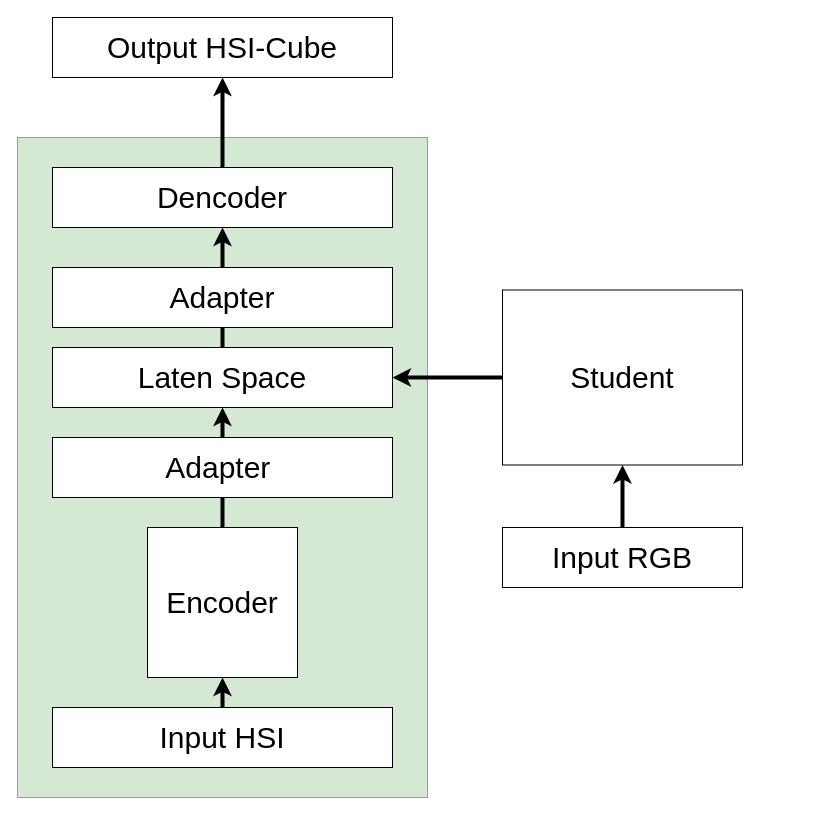
The draw.io diagram LAB_TSM_v2_1.drawio in Kevb-source/diagramms.net, before the edit. Source tidied: cells renumbered, new cells numbered last; positions are measured from the earlier drawing's top-left corner, leaving out a move shared by most shapes. Both pictures are drawn from the tidied source at 100%, with x=0, y=0 at pixel (17, 17).
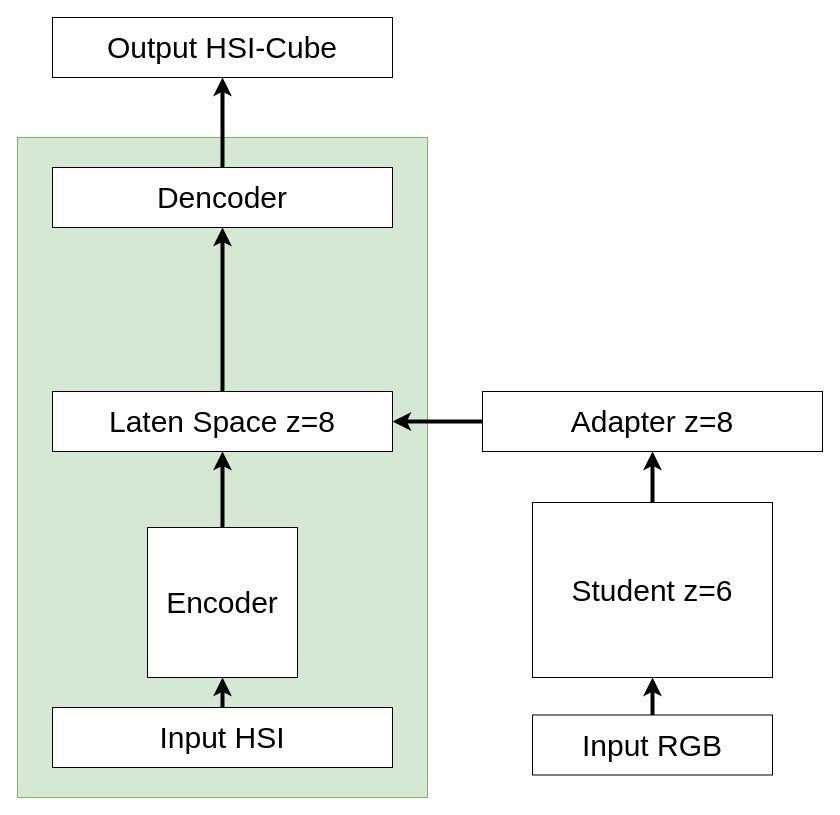
Above is the later version.

Diff of the diagram source:
```diff
@@
 <mxGraphModel>
   <root>
     <mxCell id="0" />
     <mxCell id="1" parent="0" />
     <mxCell id="2" style="rounded=0;whiteSpace=wrap;html=1;fillColor=#d5e8d4;strokeColor=#82b366;" parent="1" vertex="1">
       <mxGeometry y="120" width="410" height="660" as="geometry" />
     </mxCell>
     <mxCell id="3" value="&lt;font style=&quot;font-size: 30px;&quot;&gt;Output HSI-Cube&lt;/font&gt;" style="rounded=0;whiteSpace=wrap;html=1;" parent="1" vertex="1">
       <mxGeometry x="35" width="340" height="60" as="geometry" />
     </mxCell>
-    <mxCell id="4" value="&lt;font style=&quot;font-size: 30px;&quot;&gt;Laten Space&lt;/font&gt;" style="rounded=0;whiteSpace=wrap;html=1;" parent="1" vertex="1">
-      <mxGeometry x="35" y="330" width="340" height="60" as="geometry" />
+    <mxCell id="4" value="&lt;font style=&quot;font-size: 30px;&quot;&gt;Laten Space&amp;nbsp;&lt;/font&gt;&lt;font style=&quot;font-size: 30px;&quot;&gt;z=8&lt;/font&gt;" style="rounded=0;whiteSpace=wrap;html=1;" parent="1" vertex="1">
+      <mxGeometry x="35" y="374" width="340" height="60" as="geometry" />
     </mxCell>
     <mxCell id="5" value="&lt;font style=&quot;font-size: 30px;&quot;&gt;Dencoder&lt;/font&gt;" style="rounded=0;whiteSpace=wrap;html=1;" parent="1" vertex="1">
       <mxGeometry x="35" y="150" width="340" height="60" as="geometry" />
     </mxCell>
     <mxCell id="6" value="&lt;font style=&quot;font-size: 30px;&quot;&gt;Input HSI&lt;/font&gt;" style="rounded=0;whiteSpace=wrap;html=1;" parent="1" vertex="1">
       <mxGeometry x="35" y="690" width="340" height="60" as="geometry" />
     </mxCell>
-    <mxCell id="7" style="edgeStyle=orthogonalEdgeStyle;rounded=0;jettySize=auto;html=1;strokeWidth=4;" parent="1" edge="1" source="8" target="4">
-      <mxGeometry relative="1" as="geometry" />
-    </mxCell>
+    <mxCell id="18" style="edgeStyle=orthogonalEdgeStyle;rounded=0;jettySize=auto;html=1;strokeWidth=4;" parent="1" edge="1" source="8" target="16">
+      <mxGeometry relative="1" as="geometry" />
+    </mxCell>
-    <mxCell id="8" value="&lt;font style=&quot;font-size: 30px;&quot;&gt;Student&lt;/font&gt;" style="rounded=0;whiteSpace=wrap;html=1;" parent="1" vertex="1">
-      <mxGeometry x="485" y="272.5" width="240" height="175" as="geometry" />
+    <mxCell id="8" value="&lt;font style=&quot;font-size: 30px;&quot;&gt;Student z=6&lt;/font&gt;" style="rounded=0;whiteSpace=wrap;html=1;" parent="1" vertex="1">
+      <mxGeometry x="515" y="485" width="240" height="175" as="geometry" />
     </mxCell>
     <mxCell id="9" value="&lt;font style=&quot;font-size: 30px;&quot;&gt;Input RGB&lt;/font&gt;" style="rounded=0;whiteSpace=wrap;html=1;" parent="1" vertex="1">
-      <mxGeometry x="485" y="510" width="240" height="60" as="geometry" />
+      <mxGeometry x="515" y="697.5" width="240" height="60" as="geometry" />
     </mxCell>
     <mxCell id="10" style="endArrow=classic;html=1;rounded=0;strokeWidth=4;exitX=0.5;exitY=0;exitDx=0;exitDy=0;entryX=0.5;entryY=1;entryDx=0;entryDy=0;" parent="1" edge="1" source="9" target="8">
       <mxGeometry relative="1" as="geometry" />
     </mxCell>
     <mxCell id="11" value="&lt;font style=&quot;font-size: 30px;&quot;&gt;Encoder&lt;/font&gt;" style="whiteSpace=wrap;html=1;" parent="1" vertex="1">
       <mxGeometry x="130" y="510" width="150" height="150" as="geometry" />
     </mxCell>
     <mxCell id="12" style="endArrow=classic;html=1;rounded=0;strokeWidth=4;exitX=0.5;exitY=0;exitDx=0;exitDy=0;entryX=0.5;entryY=1;entryDx=0;entryDy=0;" parent="1" edge="1" source="6" target="11">
       <mxGeometry relative="1" as="geometry" />
     </mxCell>
     <mxCell id="13" style="endArrow=classic;html=1;rounded=0;strokeWidth=4;exitX=0.5;exitY=0;exitDx=0;exitDy=0;entryX=0.5;entryY=1;entryDx=0;entryDy=0;" parent="1" edge="1" source="11" target="4">
       <mxGeometry relative="1" as="geometry" />
     </mxCell>
     <mxCell id="14" style="endArrow=classic;html=1;rounded=0;strokeWidth=4;exitX=0.5;exitY=0;exitDx=0;exitDy=0;entryX=0.5;entryY=1;entryDx=0;entryDy=0;" parent="1" edge="1" source="4" target="5">
       <mxGeometry relative="1" as="geometry" />
     </mxCell>
     <mxCell id="15" style="endArrow=classic;html=1;rounded=0;strokeWidth=4;exitX=0.5;exitY=0;exitDx=0;exitDy=0;entryX=0.5;entryY=1;entryDx=0;entryDy=0;" parent="1" edge="1" source="5" target="3">
       <mxGeometry relative="1" as="geometry" />
     </mxCell>
+    <mxCell id="19" style="edgeStyle=orthogonalEdgeStyle;rounded=0;jettySize=auto;html=1;strokeWidth=4;" parent="1" edge="1" source="16" target="4">
+      <mxGeometry relative="1" as="geometry" />
+    </mxCell>
-    <mxCell id="16" value="&lt;font style=&quot;font-size: 30px;&quot;&gt;Adapter&amp;nbsp;&lt;/font&gt;" style="rounded=0;whiteSpace=wrap;html=1;" parent="1" vertex="1">
-      <mxGeometry x="35" y="420" width="340" height="60" as="geometry" />
+    <mxCell id="16" value="&lt;font style=&quot;font-size: 30px;&quot;&gt;Adapter z=8&lt;/font&gt;" style="rounded=0;whiteSpace=wrap;html=1;" parent="1" vertex="1">
+      <mxGeometry x="465" y="374" width="340" height="60" as="geometry" />
     </mxCell>
-    <mxCell id="17" value="&lt;font style=&quot;font-size: 30px;&quot;&gt;Adapter&lt;/font&gt;" style="rounded=0;whiteSpace=wrap;html=1;" parent="1" vertex="1">
-      <mxGeometry x="35" y="250" width="340" height="60" as="geometry" />
-    </mxCell>
   </root>
 </mxGraphModel>
```
